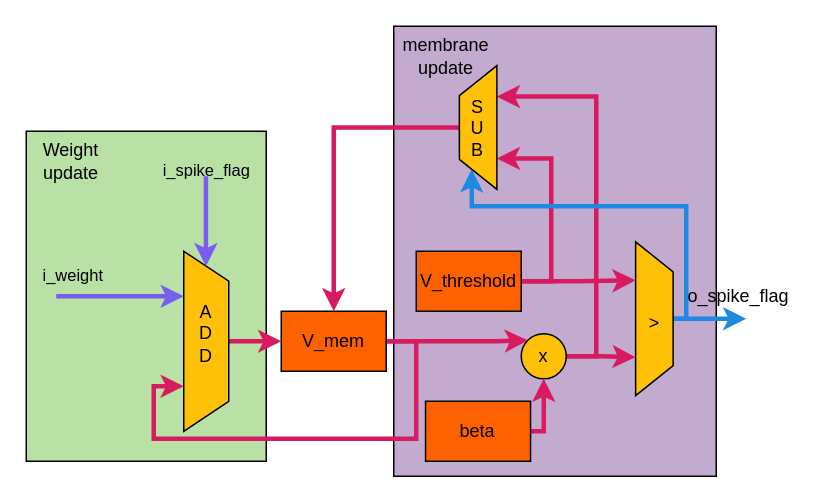
Earlier version of the draw.io diagram blif.drawio (AurelieSa/draw_io). Source tidied: cells renumbered, new cells numbered last; positions are measured from the earlier drawing's top-left corner, leaving out a move shared by most shapes. Both pictures are drawn from the tidied source at 150%, with x=0, y=0 at pixel (26, 26).
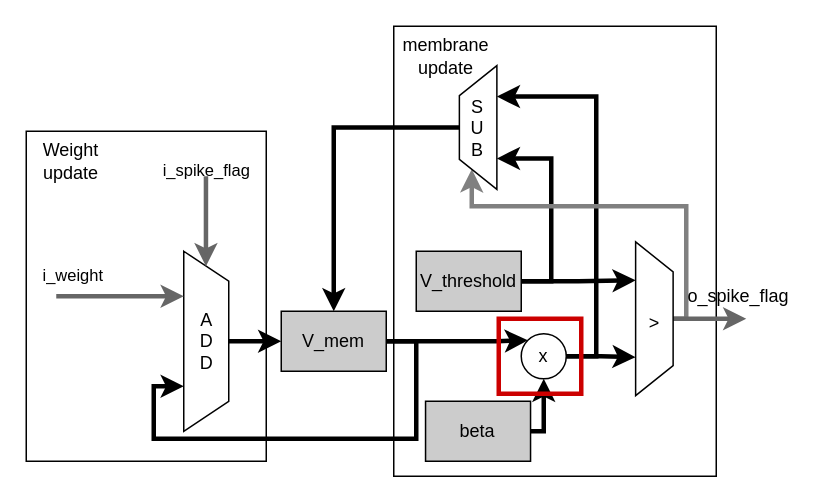
After the change.

The edit, as a diff of the source:
```diff
@@
-    <mxCell id="2" style="rounded=0;whiteSpace=wrap;html=1;fillColor=#C3ABD0;" parent="1" vertex="1">
+    <mxCell id="2" style="rounded=0;whiteSpace=wrap;html=1;fillColor=none;" parent="1" vertex="1">
       <mxGeometry x="245" width="215" height="300" as="geometry" />
     </mxCell>
-    <mxCell id="3" style="rounded=0;whiteSpace=wrap;html=1;fillColor=#B9E0A5;" parent="1" vertex="1">
+    <mxCell id="3" style="rounded=0;whiteSpace=wrap;html=1;fillColor=none;" parent="1" vertex="1">
       <mxGeometry y="70" width="160" height="220" as="geometry" />
     </mxCell>
-    <mxCell id="4" style="edgeStyle=orthogonalEdgeStyle;rounded=0;jettySize=auto;html=1;entryX=0;entryY=0.5;entryDx=0;entryDy=0;strokeColor=#D81B60;strokeWidth=3;" parent="1" edge="1" source="5" target="12">
+    <mxCell id="4" style="edgeStyle=orthogonalEdgeStyle;rounded=0;jettySize=auto;html=1;entryX=0;entryY=0.5;entryDx=0;entryDy=0;strokeColor=#000000;strokeWidth=3;" parent="1" edge="1" source="5" target="12">
       <mxGeometry relative="1" as="geometry" />
     </mxCell>
-    <mxCell id="5" style="shape=trapezoid;perimeter=trapezoidPerimeter;whiteSpace=wrap;html=1;fixedSize=1;rotation=90;fillColor=#FFC107;" parent="1" vertex="1">
+    <mxCell id="5" style="shape=trapezoid;perimeter=trapezoidPerimeter;whiteSpace=wrap;html=1;fixedSize=1;rotation=90;fillColor=none;" parent="1" vertex="1">
       <mxGeometry x="60" y="195" width="120" height="30" as="geometry" />
     </mxCell>
     <mxCell id="6" value="&lt;div&gt;A&lt;/div&gt;&lt;div&gt;D&lt;/div&gt;&lt;div&gt;D&lt;br&gt;&lt;/div&gt;" style="text;html=1;align=center;verticalAlign=middle;whiteSpace=wrap;rounded=0;" parent="1" vertex="1">
-      <mxGeometry x="90" y="190" width="60" height="30" as="geometry" />
+      <mxGeometry x="112.5" y="195" width="15" height="30" as="geometry" />
     </mxCell>
-    <mxCell id="7" style="edgeStyle=orthogonalEdgeStyle;rounded=0;jettySize=auto;html=1;exitX=1;exitY=0.5;exitDx=0;exitDy=0;entryX=0.75;entryY=1;entryDx=0;entryDy=0;strokeColor=#D81B60;strokeWidth=3;" parent="1" edge="1" source="9" target="24">
+    <mxCell id="7" style="edgeStyle=orthogonalEdgeStyle;rounded=0;jettySize=auto;html=1;exitX=1;exitY=0.5;exitDx=0;exitDy=0;entryX=0.75;entryY=1;entryDx=0;entryDy=0;strokeColor=#000000;strokeWidth=3;" parent="1" edge="1" source="9" target="24">
       <mxGeometry relative="1" as="geometry" />
     </mxCell>
-    <mxCell id="8" style="edgeStyle=orthogonalEdgeStyle;rounded=0;jettySize=auto;html=1;exitX=1;exitY=0.5;exitDx=0;exitDy=0;entryX=0.75;entryY=1;entryDx=0;entryDy=0;strokeColor=#D81B60;strokeWidth=3;" parent="1" edge="1" source="9" target="27">
+    <mxCell id="8" style="edgeStyle=orthogonalEdgeStyle;rounded=0;jettySize=auto;html=1;exitX=1;exitY=0.5;exitDx=0;exitDy=0;entryX=0.75;entryY=1;entryDx=0;entryDy=0;strokeColor=#000000;strokeWidth=3;" parent="1" edge="1" source="9" target="27">
       <mxGeometry relative="1" as="geometry" />
     </mxCell>
-    <mxCell id="9" value="x" style="ellipse;whiteSpace=wrap;html=1;fillColor=#FFC107;" parent="1" vertex="1">
+    <mxCell id="9" value="x" style="ellipse;whiteSpace=wrap;html=1;fillColor=none;" parent="1" vertex="1">
       <mxGeometry x="330" y="205" width="30" height="30" as="geometry" />
     </mxCell>
-    <mxCell id="10" style="edgeStyle=orthogonalEdgeStyle;rounded=0;jettySize=auto;html=1;exitX=1;exitY=0.5;exitDx=0;exitDy=0;entryX=0.75;entryY=1;entryDx=0;entryDy=0;strokeColor=#D81B60;strokeWidth=3;" parent="1" edge="1" source="12" target="5">
+    <mxCell id="10" style="edgeStyle=orthogonalEdgeStyle;rounded=0;jettySize=auto;html=1;exitX=1;exitY=0.5;exitDx=0;exitDy=0;entryX=0.75;entryY=1;entryDx=0;entryDy=0;strokeColor=#000000;strokeWidth=3;" parent="1" edge="1" source="12" target="5">
       <mxGeometry relative="1" as="geometry">
         <Array as="points">
           <mxPoint x="260" y="210" />
           <mxPoint x="260" y="275" />
           <mxPoint x="85" y="275" />
           <mxPoint x="85" y="240" />
         </Array>
       </mxGeometry>
     </mxCell>
-    <mxCell id="11" style="edgeStyle=orthogonalEdgeStyle;rounded=0;jettySize=auto;html=1;exitX=1;exitY=0.5;exitDx=0;exitDy=0;entryX=0;entryY=0;entryDx=0;entryDy=0;strokeColor=#D81B60;strokeWidth=3;" parent="1" edge="1" source="12" target="9">
+    <mxCell id="11" style="edgeStyle=orthogonalEdgeStyle;rounded=0;jettySize=auto;html=1;exitX=1;exitY=0.5;exitDx=0;exitDy=0;entryX=0;entryY=0;entryDx=0;entryDy=0;strokeColor=#000000;strokeWidth=3;" parent="1" edge="1" source="12" target="9">
       <mxGeometry relative="1" as="geometry">
         <Array as="points">
           <mxPoint x="314" y="210" />
         </Array>
       </mxGeometry>
     </mxCell>
-    <mxCell id="12" value="V_mem" style="rounded=0;whiteSpace=wrap;html=1;fillColor=#FE6100;" parent="1" vertex="1">
+    <mxCell id="12" value="V_mem" style="rounded=0;whiteSpace=wrap;html=1;fillColor=#CCCCCC;" parent="1" vertex="1">
       <mxGeometry x="170" y="190" width="70" height="40" as="geometry" />
     </mxCell>
-    <mxCell id="13" style="endArrow=classic;html=1;rounded=0;entryX=0.25;entryY=1;entryDx=0;entryDy=0;fillColor=#d5e8d4;strokeColor=#785EF0;strokeWidth=3;" parent="1" edge="1" target="5">
+    <mxCell id="13" style="endArrow=classic;html=1;rounded=0;entryX=0.25;entryY=1;entryDx=0;entryDy=0;fillColor=#d5e8d4;strokeColor=#666666;strokeWidth=3;" parent="1" edge="1" target="5">
       <mxGeometry relative="1" as="geometry">
         <mxPoint x="20" y="180" as="sourcePoint" />
       </mxGeometry>
     </mxCell>
@@
-    <mxCell id="15" style="endArrow=classic;html=1;rounded=0;strokeColor=#785EF0;strokeWidth=3;" parent="1" edge="1">
+    <mxCell id="15" style="endArrow=classic;html=1;rounded=0;strokeColor=#666666;strokeWidth=3;" parent="1" edge="1">
       <mxGeometry relative="1" as="geometry">
         <mxPoint x="119.8" y="100" as="sourcePoint" />
         <mxPoint x="119.8" y="160" as="targetPoint" />
       </mxGeometry>
     </mxCell>
@@
-    <mxCell id="17" style="edgeStyle=orthogonalEdgeStyle;rounded=0;jettySize=auto;html=1;exitX=1;exitY=0.5;exitDx=0;exitDy=0;entryX=0.5;entryY=1;entryDx=0;entryDy=0;strokeColor=#D81B60;strokeWidth=3;" parent="1" edge="1" source="18" target="9">
+    <mxCell id="17" style="edgeStyle=orthogonalEdgeStyle;rounded=0;jettySize=auto;html=1;exitX=1;exitY=0.5;exitDx=0;exitDy=0;entryX=0.5;entryY=1;entryDx=0;entryDy=0;strokeColor=#000000;strokeWidth=3;" parent="1" edge="1" source="18" target="9">
       <mxGeometry relative="1" as="geometry" />
     </mxCell>
-    <mxCell id="18" value="beta" style="rounded=0;whiteSpace=wrap;html=1;fillColor=#FE6100;" parent="1" vertex="1">
+    <mxCell id="18" value="beta" style="rounded=0;whiteSpace=wrap;html=1;fillColor=#CCCCCC;" parent="1" vertex="1">
       <mxGeometry x="266.2" y="250" width="70" height="40" as="geometry" />
     </mxCell>
-    <mxCell id="19" style="edgeStyle=orthogonalEdgeStyle;rounded=0;jettySize=auto;html=1;exitX=1;exitY=0.5;exitDx=0;exitDy=0;entryX=0.25;entryY=1;entryDx=0;entryDy=0;strokeColor=#D81B60;strokeWidth=3;" parent="1" edge="1" source="21" target="24">
+    <mxCell id="19" style="edgeStyle=orthogonalEdgeStyle;rounded=0;jettySize=auto;html=1;exitX=1;exitY=0.5;exitDx=0;exitDy=0;entryX=0.25;entryY=1;entryDx=0;entryDy=0;strokeColor=#000000;strokeWidth=3;" parent="1" edge="1" source="21" target="24">
       <mxGeometry relative="1" as="geometry" />
     </mxCell>
-    <mxCell id="20" style="edgeStyle=orthogonalEdgeStyle;rounded=0;jettySize=auto;html=1;exitX=1;exitY=0.5;exitDx=0;exitDy=0;entryX=0.25;entryY=1;entryDx=0;entryDy=0;strokeColor=#D81B60;strokeWidth=3;" parent="1" edge="1" source="21" target="27">
+    <mxCell id="20" style="edgeStyle=orthogonalEdgeStyle;rounded=0;jettySize=auto;html=1;exitX=1;exitY=0.5;exitDx=0;exitDy=0;entryX=0.25;entryY=1;entryDx=0;entryDy=0;strokeColor=#000000;strokeWidth=3;" parent="1" edge="1" source="21" target="27">
       <mxGeometry relative="1" as="geometry" />
     </mxCell>
-    <mxCell id="21" value="V_threshold" style="rounded=0;whiteSpace=wrap;html=1;fillColor=#FE6100;" parent="1" vertex="1">
+    <mxCell id="21" value="V_threshold" style="rounded=0;whiteSpace=wrap;html=1;fillColor=#CCCCCC;" parent="1" vertex="1">
       <mxGeometry x="260" y="150" width="70" height="40" as="geometry" />
     </mxCell>
-    <mxCell id="22" style="edgeStyle=orthogonalEdgeStyle;rounded=0;jettySize=auto;html=1;entryX=0;entryY=0.25;entryDx=0;entryDy=0;exitX=0.5;exitY=0;exitDx=0;exitDy=0;strokeColor=#1E88E5;strokeWidth=3;" parent="1" edge="1" source="24" target="27">
+    <mxCell id="22" style="edgeStyle=orthogonalEdgeStyle;rounded=0;jettySize=auto;html=1;entryX=0;entryY=0.25;entryDx=0;entryDy=0;exitX=0.5;exitY=0;exitDx=0;exitDy=0;strokeColor=#808080;strokeWidth=3;" parent="1" edge="1" source="24" target="27">
       <mxGeometry relative="1" as="geometry">
         <Array as="points">
           <mxPoint x="440" y="195" />
           <mxPoint x="440" y="120" />
           <mxPoint x="297" y="120" />
         </Array>
       </mxGeometry>
     </mxCell>
-    <mxCell id="23" style="edgeStyle=orthogonalEdgeStyle;rounded=0;jettySize=auto;html=1;exitX=0.5;exitY=0;exitDx=0;exitDy=0;strokeColor=#1E88E5;strokeWidth=3;" parent="1" edge="1" source="24">
+    <mxCell id="23" style="edgeStyle=orthogonalEdgeStyle;rounded=0;jettySize=auto;html=1;exitX=0.5;exitY=0;exitDx=0;exitDy=0;strokeColor=#666666;strokeWidth=3;" parent="1" edge="1" source="24">
       <mxGeometry relative="1" as="geometry">
         <mxPoint x="480" y="195" as="targetPoint" />
       </mxGeometry>
     </mxCell>
-    <mxCell id="24" style="shape=trapezoid;perimeter=trapezoidPerimeter;whiteSpace=wrap;html=1;fixedSize=1;rotation=90;fillColor=#FFC107;" parent="1" vertex="1">
+    <mxCell id="24" style="shape=trapezoid;perimeter=trapezoidPerimeter;whiteSpace=wrap;html=1;fixedSize=1;rotation=90;fillColor=none;" parent="1" vertex="1">
       <mxGeometry x="367.5" y="182.5" width="102.5" height="25" as="geometry" />
     </mxCell>
@@
-    <mxCell id="26" style="edgeStyle=orthogonalEdgeStyle;rounded=0;jettySize=auto;html=1;exitX=0.5;exitY=0;exitDx=0;exitDy=0;entryX=0.5;entryY=0;entryDx=0;entryDy=0;strokeColor=#D81B60;strokeWidth=3;" parent="1" edge="1" source="27" target="12">
+    <mxCell id="26" style="edgeStyle=orthogonalEdgeStyle;rounded=0;jettySize=auto;html=1;exitX=0.5;exitY=0;exitDx=0;exitDy=0;entryX=0.5;entryY=0;entryDx=0;entryDy=0;strokeColor=#000000;strokeWidth=3;" parent="1" edge="1" source="27" target="12">
       <mxGeometry relative="1" as="geometry" />
     </mxCell>
-    <mxCell id="27" style="shape=trapezoid;perimeter=trapezoidPerimeter;whiteSpace=wrap;html=1;fixedSize=1;rotation=-90;fillColor=#FFC107;" parent="1" vertex="1">
+    <mxCell id="27" style="shape=trapezoid;perimeter=trapezoidPerimeter;whiteSpace=wrap;html=1;fixedSize=1;rotation=-90;fillColor=none;" parent="1" vertex="1">
       <mxGeometry x="260" y="55" width="82.5" height="25" as="geometry" />
     </mxCell>
@@
+    <mxCell id="32" style="rounded=0;whiteSpace=wrap;html=1;fillColor=none;strokeColor=#CC0000;strokeWidth=3;" parent="1" vertex="1">
+      <mxGeometry x="315" y="195" width="55" height="50" as="geometry" />
+    </mxCell>
```
